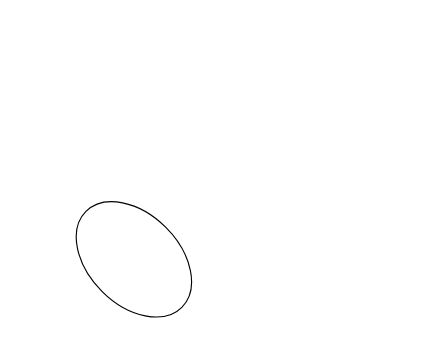
Earlier version of the draw.io diagram Untitled Diagram.drawio (gejiawen/diagrams). Source tidied: cells renumbered, new cells numbered last; positions are measured from the earlier drawing's top-left corner, leaving out a move shared by most shapes. Both pictures are drawn from the tidied source at 113%, with x=0, y=0 at pixel (66, 214).
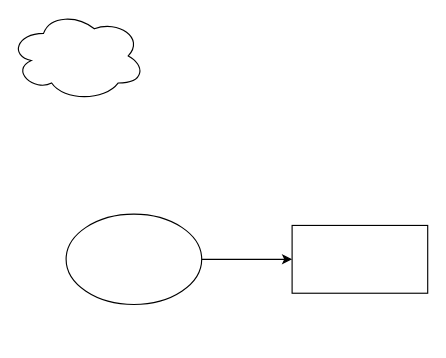
After the change.

Diff of the diagram source:
```diff
@@
 <mxGraphModel>
   <root>
     <mxCell id="0" />
     <mxCell id="1" parent="0" />
+    <mxCell id="3" style="edgeStyle=orthogonalEdgeStyle;rounded=0;jettySize=auto;html=1;" parent="1" edge="1" source="2" target="4">
+      <mxGeometry relative="1" as="geometry" />
+    </mxCell>
-    <mxCell id="2" style="ellipse;whiteSpace=wrap;html=1;rotation=45;" parent="1" vertex="1">
+    <mxCell id="2" style="ellipse;whiteSpace=wrap;html=1;rotation=0;" parent="1" vertex="1">
       <mxGeometry width="120" height="80" as="geometry" />
     </mxCell>
+    <mxCell id="4" style="whiteSpace=wrap;html=1;" parent="1" vertex="1">
+      <mxGeometry x="200" y="10" width="120" height="60" as="geometry" />
+    </mxCell>
+    <mxCell id="5" style="ellipse;shape=cloud;whiteSpace=wrap;html=1;" parent="1" vertex="1">
+      <mxGeometry x="-50" y="-180" width="120" height="80" as="geometry" />
+    </mxCell>
   </root>
 </mxGraphModel>
```
